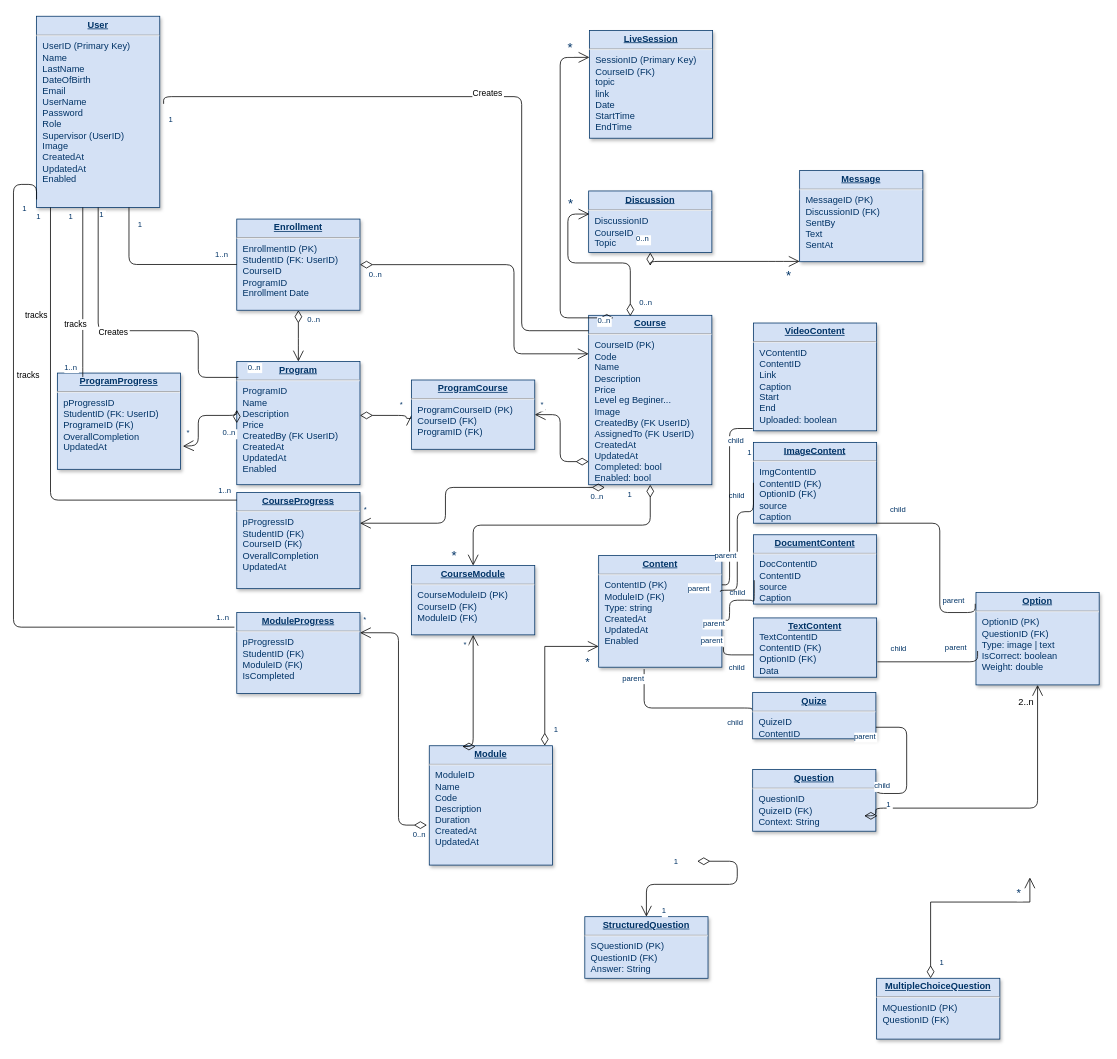
kingshowa/PFE_E-learning keeps this draw.io diagram as Diagrams/Database.drawio. Above is the earlier version. Source tidied: cells renumbered, new cells numbered last; positions are measured from the earlier drawing's top-left corner, leaving out a move shared by most shapes. Both pictures are drawn from the tidied source at 77%, with x=0, y=0 at pixel (13, 16).
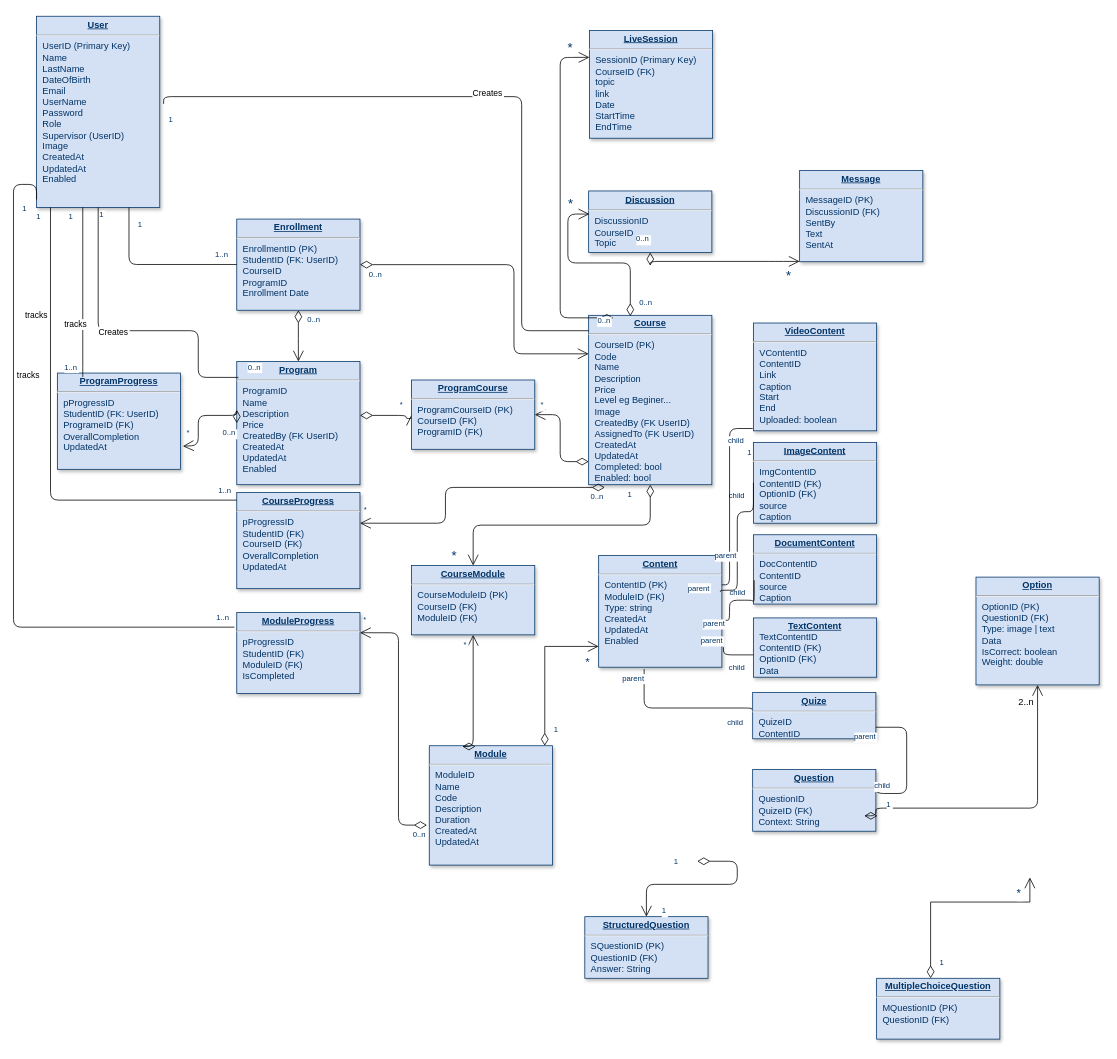
Above is the later version.

The change refers to these unchanged cells:
```xml
<mxCell id="29" value="&lt;p style=&quot;margin: 0px ; margin-top: 4px ; text-align: center ; text-decoration: underline&quot;&gt;&lt;b&gt;ImageContent&lt;/b&gt;&lt;/p&gt;&lt;hr&gt;&lt;p style=&quot;margin: 0px 0px 0px 8px;&quot;&gt;ImgContentID&lt;/p&gt;&lt;p style=&quot;margin: 0px 0px 0px 8px;&quot;&gt;ContentID (FK)&lt;/p&gt;&lt;p style=&quot;margin: 0px 0px 0px 8px;&quot;&gt;OptionID (FK)&lt;/p&gt;&lt;p style=&quot;margin: 0px 0px 0px 8px;&quot;&gt;source&lt;/p&gt;&lt;p style=&quot;margin: 0px 0px 0px 8px;&quot;&gt;Caption&lt;/p&gt;" style="verticalAlign=top;align=left;overflow=fill;fontSize=12;fontFamily=Helvetica;html=1;strokeColor=#003366;shadow=1;fillColor=#D4E1F5;fontColor=#003366;" parent="1" vertex="1">
  <mxGeometry x="961" y="553" width="160" height="105" as="geometry" />
</mxCell>
```

Diff of the diagram source:
```diff
@@
-    <mxCell id="101" value="&lt;p style=&quot;margin: 0px; margin-top: 4px; text-align: center; text-decoration: underline;&quot;&gt;&lt;b&gt;Option&lt;/b&gt;&lt;/p&gt;&lt;hr&gt;&lt;p style=&quot;margin: 0px 0px 0px 8px;&quot;&gt;OptionID (PK)&lt;/p&gt;&lt;p style=&quot;margin: 0px 0px 0px 8px;&quot;&gt;QuestionID&amp;nbsp;&lt;span style=&quot;background-color: initial;&quot;&gt;(FK)&lt;/span&gt;&lt;/p&gt;&lt;p style=&quot;margin: 0px; margin-left: 8px;&quot;&gt;Type: image | text&lt;/p&gt;&lt;p style=&quot;margin: 0px; margin-left: 8px;&quot;&gt;IsCorrect: boolean&lt;/p&gt;&lt;p style=&quot;margin: 0px; margin-left: 8px;&quot;&gt;Weight: double&lt;br&gt;&lt;/p&gt;" style="verticalAlign=top;align=left;overflow=fill;fontSize=12;fontFamily=Helvetica;html=1;strokeColor=#003366;shadow=1;fillColor=#D4E1F5;fontColor=#003366;" parent="1" vertex="1">
-      <mxGeometry x="1250" y="748" width="160" height="120" as="geometry" />
+    <mxCell id="101" value="&lt;p style=&quot;margin: 0px; margin-top: 4px; text-align: center; text-decoration: underline;&quot;&gt;&lt;b&gt;Option&lt;/b&gt;&lt;/p&gt;&lt;hr&gt;&lt;p style=&quot;margin: 0px 0px 0px 8px;&quot;&gt;OptionID (PK)&lt;/p&gt;&lt;p style=&quot;margin: 0px 0px 0px 8px;&quot;&gt;QuestionID&amp;nbsp;&lt;span style=&quot;background-color: initial;&quot;&gt;(FK)&lt;/span&gt;&lt;/p&gt;&lt;p style=&quot;margin: 0px; margin-left: 8px;&quot;&gt;Type: image | text&lt;/p&gt;&lt;p style=&quot;margin: 0px; margin-left: 8px;&quot;&gt;Data&lt;/p&gt;&lt;p style=&quot;margin: 0px; margin-left: 8px;&quot;&gt;IsCorrect: boolean&lt;/p&gt;&lt;p style=&quot;margin: 0px; margin-left: 8px;&quot;&gt;Weight: double&lt;br&gt;&lt;/p&gt;" style="verticalAlign=top;align=left;overflow=fill;fontSize=12;fontFamily=Helvetica;html=1;strokeColor=#003366;shadow=1;fillColor=#D4E1F5;fontColor=#003366;" parent="1" vertex="1">
+      <mxGeometry x="1250" y="728" width="160" height="140" as="geometry" />
     </mxCell>
@@
-    <mxCell id="105" style="endArrow=none;edgeStyle=orthogonalEdgeStyle;entryX=1;entryY=1;entryDx=0;entryDy=0;exitX=-0.006;exitY=0.122;exitDx=0;exitDy=0;exitPerimeter=0;" parent="1" edge="1" source="101" target="29">
-      <mxGeometry x="190" y="950" as="geometry">
-        <Array as="points">
-          <mxPoint x="1203" y="774" />
-          <mxPoint x="1203" y="658" />
-        </Array>
-      </mxGeometry>
-    </mxCell>
-    <mxCell id="106" value="parent" style="align=left;verticalAlign=bottom;labelBackgroundColor=#ffffff;fontSize=10;strokeColor=#003366;shadow=1;fillColor=#D4E1F5;fontColor=#003366;" parent="105" vertex="1">
-      <mxGeometry x="-1" relative="1" as="geometry">
-        <mxPoint x="-44" y="3" as="offset" />
-      </mxGeometry>
-    </mxCell>
-    <mxCell id="107" value="child" style="align=right;verticalAlign=bottom;labelBackgroundColor=#ffffff;fontSize=10;strokeColor=#003366;shadow=1;fillColor=#D4E1F5;fontColor=#003366;" parent="105" vertex="1">
-      <mxGeometry x="1" relative="1" as="geometry">
-        <mxPoint x="39" y="-10" as="offset" />
-      </mxGeometry>
-    </mxCell>
-    <mxCell id="108" style="endArrow=none;edgeStyle=orthogonalEdgeStyle;entryX=1;entryY=1;entryDx=0;entryDy=0;exitX=0.013;exitY=0.633;exitDx=0;exitDy=0;exitPerimeter=0;" parent="1" edge="1" source="101">
-      <mxGeometry x="190" y="950" as="geometry">
-        <mxPoint x="1122" y="838" as="targetPoint" />
-        <Array as="points">
-          <mxPoint x="1252" y="838" />
-        </Array>
-      </mxGeometry>
-    </mxCell>
-    <mxCell id="109" value="parent" style="align=left;verticalAlign=bottom;labelBackgroundColor=#ffffff;fontSize=10;strokeColor=#003366;shadow=1;fillColor=#D4E1F5;fontColor=#003366;" parent="108" vertex="1">
-      <mxGeometry x="-1" relative="1" as="geometry">
-        <mxPoint x="-44" y="3" as="offset" />
-      </mxGeometry>
-    </mxCell>
-    <mxCell id="110" value="child" style="align=right;verticalAlign=bottom;labelBackgroundColor=#ffffff;fontSize=10;strokeColor=#003366;shadow=1;fillColor=#D4E1F5;fontColor=#003366;" parent="108" vertex="1">
-      <mxGeometry x="1" relative="1" as="geometry">
-        <mxPoint x="39" y="-10" as="offset" />
-      </mxGeometry>
-    </mxCell>
```
